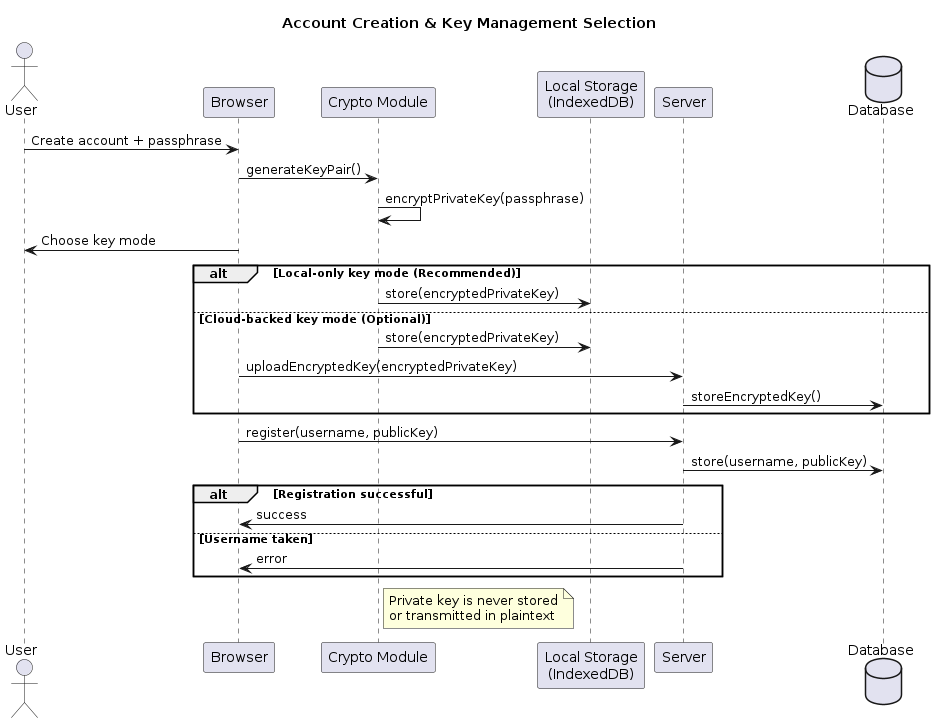
Radhouen911/VoidLink keeps this PlantUML diagram as diagram/sequence_diagram_account_creation_backup.png. Above is the earlier version.
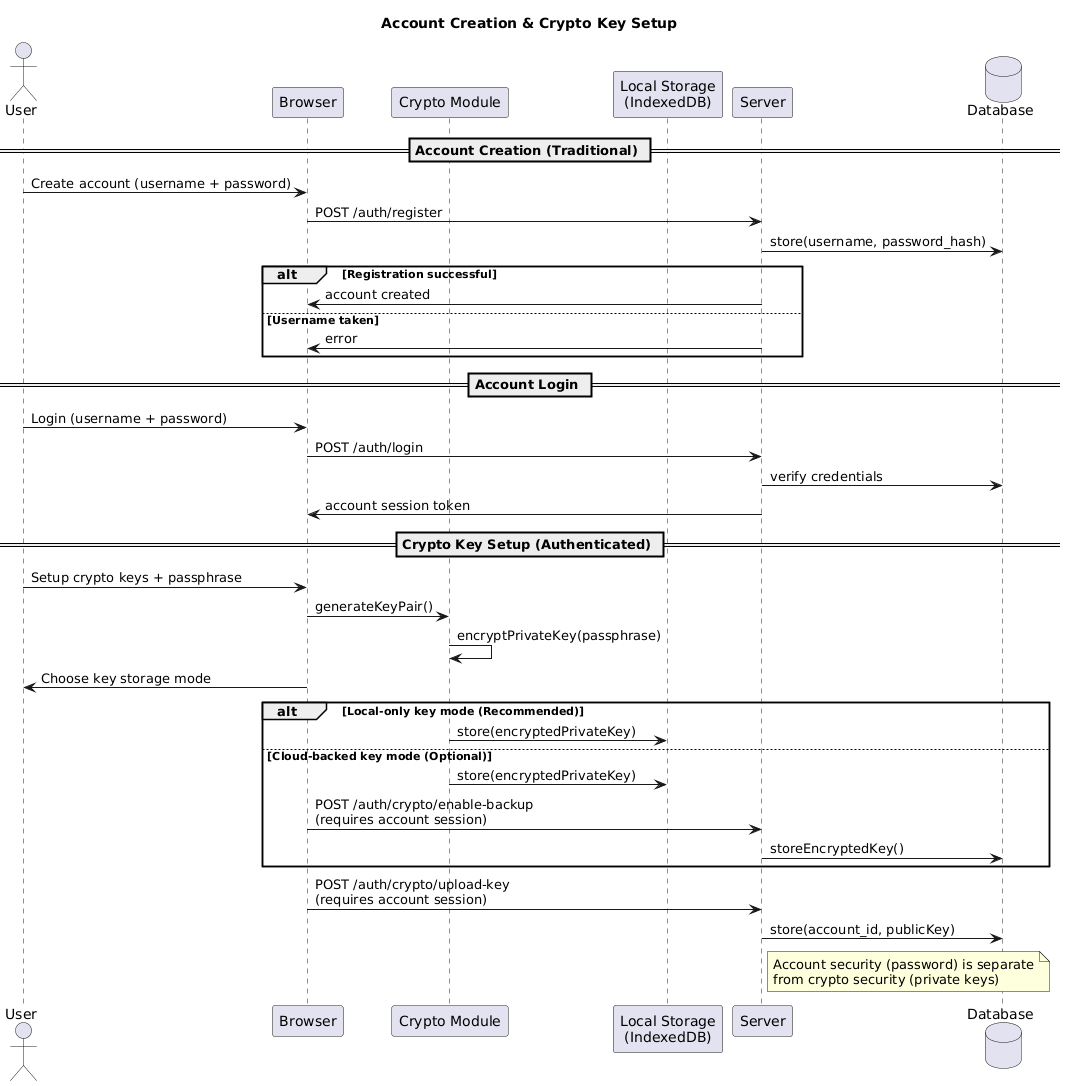
Later version of the same file.

Change to the diagram source:
```diff
@@ -1,5 +1,5 @@
 @startuml
-title Account Creation & Key Management Selection
+title Account Creation & Crypto Key Setup
 
 actor User
 participant Browser
@@ -8,31 +8,43 @@
 participant Server
 database Database
 
-User -> Browser: Create account + passphrase
+== Account Creation (Traditional) ==
+User -> Browser: Create account (username + password)
+Browser -> Server: POST /auth/register
+Server -> Database: store(username, password_hash)
+
+alt Registration successful
+  Server -> Browser: account created
+else Username taken
+  Server -> Browser: error
+end
+
+== Account Login ==
+User -> Browser: Login (username + password)
+Browser -> Server: POST /auth/login
+Server -> Database: verify credentials
+Server -> Browser: account session token
+
+== Crypto Key Setup (Authenticated) ==
+User -> Browser: Setup crypto keys + passphrase
 Browser -> Crypto: generateKeyPair()
 Crypto -> Crypto: encryptPrivateKey(passphrase)
 
-Browser -> User: Choose key mode
+Browser -> User: Choose key storage mode
 
 alt Local-only key mode (Recommended)
   Crypto -> LS: store(encryptedPrivateKey)
 else Cloud-backed key mode (Optional)
   Crypto -> LS: store(encryptedPrivateKey)
-  Browser -> Server: uploadEncryptedKey(encryptedPrivateKey)
+  Browser -> Server: POST /auth/crypto/enable-backup\n(requires account session)
   Server -> Database: storeEncryptedKey()
 end
 
-Browser -> Server: register(username, publicKey)
-Server -> Database: store(username, publicKey)
+Browser -> Server: POST /auth/crypto/upload-key\n(requires account session)
+Server -> Database: store(account_id, publicKey)
 
-alt Registration successful
-  Server -> Browser: success
-else Username taken
-  Server -> Browser: error
-end
-
-note right of Crypto
-Private key is never stored
-or transmitted in plaintext
+note right of Server
+Account security (password) is separate
+from crypto security (private keys)
 end note
 @enduml
```
